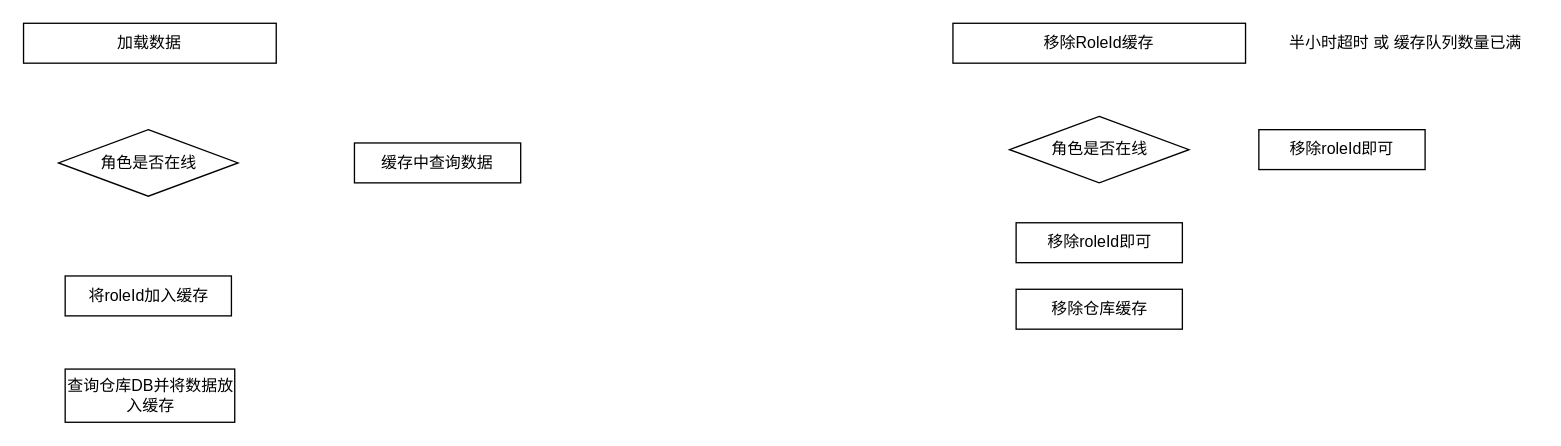
Before: SSJJ2/小助手接口.drawio in Ordertiny/graph, a draw.io diagram. Source tidied: cells renumbered, new cells numbered last; positions are measured from the earlier drawing's top-left corner, leaving out a move shared by most shapes. Both pictures are drawn from the tidied source at 133%, with x=0, y=0 at pixel (23, 23).
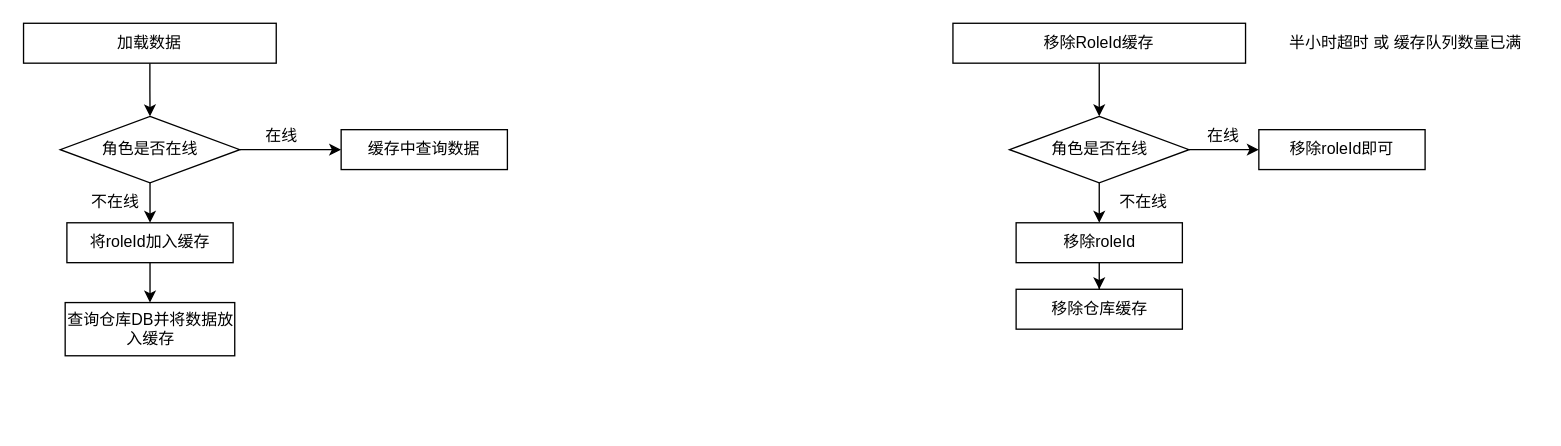
After the change.

Commit message (it also covers changes not shown here):
更新小助手接口.drawio

The change refers to these unchanged cells:
```xml
<mxCell id="2" value="加载数据" style="rounded=0;whiteSpace=wrap;html=1;" parent="1" vertex="1">
  <mxGeometry x="0.2" width="190" height="30" as="geometry" />
</mxCell>
<mxCell id="7" value="移除RoleId缓存" style="rounded=0;whiteSpace=wrap;html=1;" parent="1" vertex="1">
  <mxGeometry x="699" width="220" height="30" as="geometry" />
</mxCell>
<mxCell id="8" value="角色是否在线" style="rhombus;whiteSpace=wrap;html=1;" parent="1" vertex="1">
  <mxGeometry x="741.5" y="70" width="135" height="50" as="geometry" />
</mxCell>
<mxCell id="9" value="移除roleId即可" style="rounded=0;whiteSpace=wrap;html=1;" parent="1" vertex="1">
  <mxGeometry x="929" y="80" width="125" height="30" as="geometry" />
</mxCell>
<mxCell id="11" value="移除仓库缓存" style="rounded=0;whiteSpace=wrap;html=1;" parent="1" vertex="1">
  <mxGeometry x="746.5" y="200" width="125" height="30" as="geometry" />
</mxCell>
```

What changed in the source:
```diff
@@
+    <mxCell id="13" style="edgeStyle=orthogonalEdgeStyle;rounded=0;jettySize=auto;html=1;exitX=0.5;exitY=1;exitDx=0;exitDy=0;entryX=0.5;entryY=0;entryDx=0;entryDy=0;" parent="1" edge="1" source="2" target="3">
+      <mxGeometry relative="1" as="geometry" />
+    </mxCell>
@@
+    <mxCell id="14" style="edgeStyle=orthogonalEdgeStyle;rounded=0;jettySize=auto;html=1;exitX=1;exitY=0.5;exitDx=0;exitDy=0;" parent="1" edge="1" source="3" target="4">
+      <mxGeometry relative="1" as="geometry" />
+    </mxCell>
+    <mxCell id="15" style="edgeStyle=orthogonalEdgeStyle;rounded=0;jettySize=auto;html=1;exitX=0.5;exitY=1;exitDx=0;exitDy=0;" parent="1" edge="1" source="3" target="5">
+      <mxGeometry relative="1" as="geometry" />
+    </mxCell>
     <mxCell id="3" value="角色是否在线" style="rhombus;whiteSpace=wrap;html=1;" parent="1" vertex="1">
-      <mxGeometry x="26.5" y="80" width="135" height="50" as="geometry" />
+      <mxGeometry x="27.8" y="70" width="135" height="50" as="geometry" />
     </mxCell>
     <mxCell id="4" value="缓存中查询数据" style="rounded=0;whiteSpace=wrap;html=1;" parent="1" vertex="1">
-      <mxGeometry x="249" y="90" width="125" height="30" as="geometry" />
+      <mxGeometry x="239" y="80" width="125" height="30" as="geometry" />
     </mxCell>
+    <mxCell id="16" style="edgeStyle=orthogonalEdgeStyle;rounded=0;jettySize=auto;html=1;exitX=0.5;exitY=1;exitDx=0;exitDy=0;" parent="1" edge="1" source="5" target="6">
+      <mxGeometry relative="1" as="geometry" />
+    </mxCell>
     <mxCell id="5" value="将roleId加入缓存" style="rounded=0;whiteSpace=wrap;html=1;" parent="1" vertex="1">
-      <mxGeometry x="31.5" y="190" width="125" height="30" as="geometry" />
+      <mxGeometry x="32.8" y="150" width="125" height="30" as="geometry" />
     </mxCell>
     <mxCell id="6" value="查询仓库DB并将数据放入缓存" style="rounded=0;whiteSpace=wrap;html=1;" parent="1" vertex="1">
-      <mxGeometry x="31.5" y="260" width="127.5" height="40" as="geometry" />
+      <mxGeometry x="31.5" y="210" width="127.5" height="40" as="geometry" />
     </mxCell>
+    <mxCell id="17" style="edgeStyle=orthogonalEdgeStyle;rounded=0;jettySize=auto;html=1;exitX=0.5;exitY=1;exitDx=0;exitDy=0;" parent="1" edge="1" source="7" target="8">
+      <mxGeometry relative="1" as="geometry" />
+    </mxCell>
@@
+    <mxCell id="18" style="edgeStyle=orthogonalEdgeStyle;rounded=0;jettySize=auto;html=1;exitX=1;exitY=0.5;exitDx=0;exitDy=0;" parent="1" edge="1" source="8" target="9">
+      <mxGeometry relative="1" as="geometry" />
+    </mxCell>
+    <mxCell id="19" style="edgeStyle=orthogonalEdgeStyle;rounded=0;jettySize=auto;html=1;exitX=0.5;exitY=1;exitDx=0;exitDy=0;" parent="1" edge="1" source="8" target="12">
+      <mxGeometry relative="1" as="geometry" />
+    </mxCell>
@@
+    <mxCell id="20" style="edgeStyle=orthogonalEdgeStyle;rounded=0;jettySize=auto;html=1;exitX=0.5;exitY=1;exitDx=0;exitDy=0;" parent="1" edge="1" source="12" target="11">
+      <mxGeometry relative="1" as="geometry" />
+    </mxCell>
-    <mxCell id="12" value="移除roleId即可" style="rounded=0;whiteSpace=wrap;html=1;" parent="1" vertex="1">
+    <mxCell id="12" value="移除roleId" style="rounded=0;whiteSpace=wrap;html=1;" parent="1" vertex="1">
       <mxGeometry x="746.5" y="150" width="125" height="30" as="geometry" />
     </mxCell>
+    <mxCell id="21" value="在线" style="text;html=1;align=center;verticalAlign=middle;strokeColor=none;fillColor=none;" parent="1" vertex="1">
+      <mxGeometry x="169" y="70" width="50" height="30" as="geometry" />
+    </mxCell>
+    <mxCell id="22" value="不在线" style="text;html=1;align=center;verticalAlign=middle;strokeColor=none;fillColor=none;" parent="1" vertex="1">
+      <mxGeometry x="39" y="120" width="60" height="30" as="geometry" />
+    </mxCell>
+    <mxCell id="23" value="在线" style="text;html=1;align=center;verticalAlign=middle;strokeColor=none;fillColor=none;" parent="1" vertex="1">
+      <mxGeometry x="876.5" y="70" width="50" height="30" as="geometry" />
+    </mxCell>
+    <mxCell id="24" value="不在线" style="text;html=1;align=center;verticalAlign=middle;strokeColor=none;fillColor=none;" parent="1" vertex="1">
+      <mxGeometry x="811.5" y="120" width="60" height="30" as="geometry" />
+    </mxCell>
```
